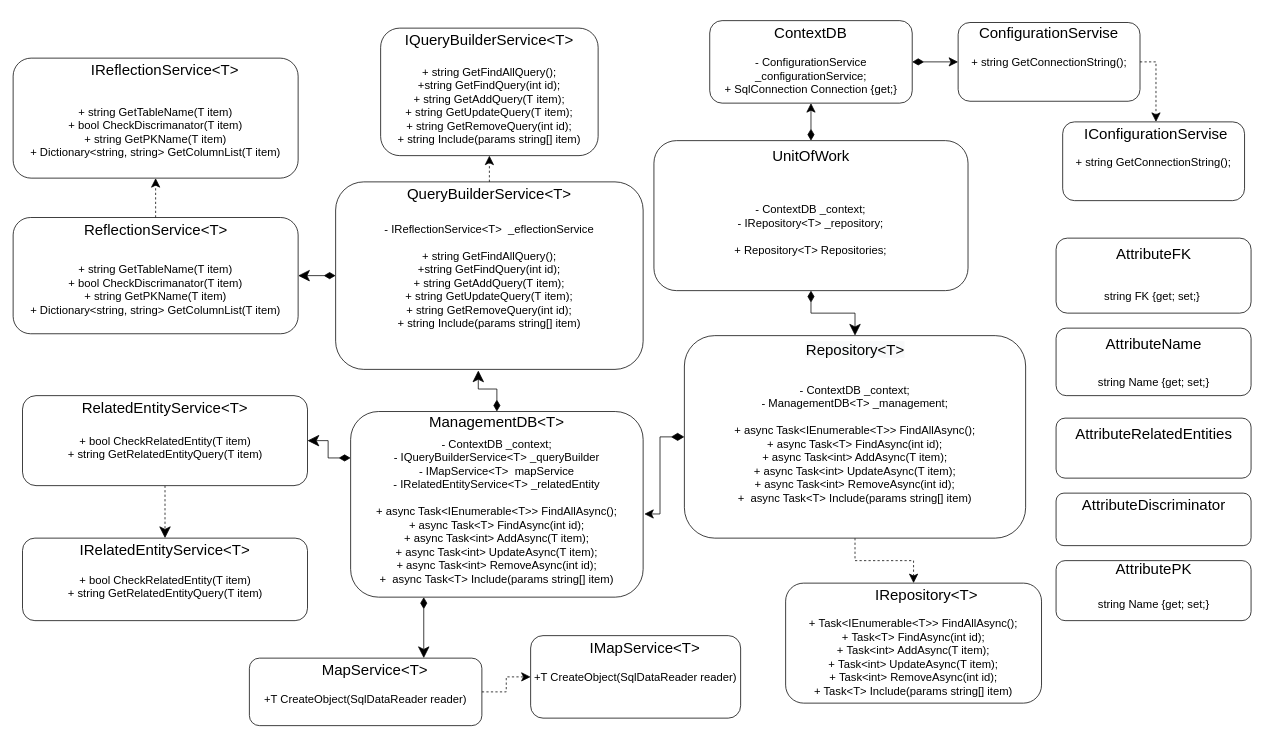
Before: page "Page-1" (1 of 3) of Untitled Diagram.drawio in kra5alllez/website, a draw.io diagram. Source tidied: cells renumbered, new cells numbered last; positions are measured from the earlier drawing's top-left corner, leaving out a move shared by most shapes. Both pictures are drawn from the tidied source at 75%, with x=0, y=0 at pixel (13, 13).
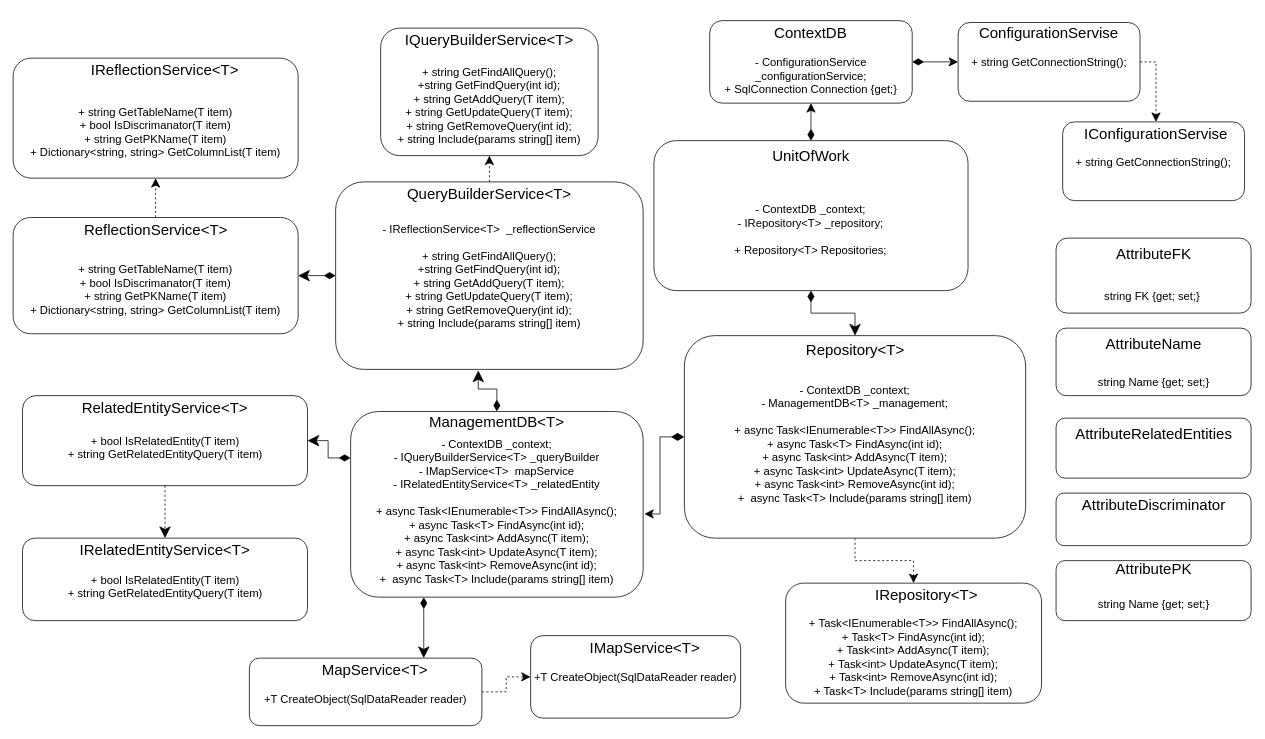
The same diagram, later.

Change to the diagram source:
```diff
@@
-    <mxCell id="10" value="&lt;font style=&quot;font-size: 15px&quot;&gt;- IReflectionService&amp;lt;T&amp;gt;&amp;nbsp; _eflectionService&lt;br&gt;&lt;br&gt;+ string GetFindAllQuery();&lt;br&gt;+string&amp;nbsp;GetFindQuery(int id);&lt;br&gt;+ string GetAddQuery(T&amp;nbsp;item);&lt;br&gt;+ string GetUpdateQuery(T&amp;nbsp;item);&lt;br&gt;+ string GetRemoveQuery(int id);&lt;br&gt;+ string Include(params string[] item)&lt;/font&gt;" style="rounded=1;whiteSpace=wrap;html=1;" parent="1" vertex="1">
+    <mxCell id="10" value="&lt;font style=&quot;font-size: 15px&quot;&gt;- IReflectionService&amp;lt;T&amp;gt;&amp;nbsp; _reflectionService&lt;br&gt;&lt;br&gt;+ string GetFindAllQuery();&lt;br&gt;+string&amp;nbsp;GetFindQuery(int id);&lt;br&gt;+ string GetAddQuery(T&amp;nbsp;item);&lt;br&gt;+ string GetUpdateQuery(T&amp;nbsp;item);&lt;br&gt;+ string GetRemoveQuery(int id);&lt;br&gt;+ string Include(params string[] item)&lt;/font&gt;" style="rounded=1;whiteSpace=wrap;html=1;" parent="1" vertex="1">
       <mxGeometry x="430" y="225" width="410" height="250" as="geometry" />
     </mxCell>
@@
-    <mxCell id="29" value="&lt;font style=&quot;font-size: 15px&quot;&gt;&lt;br&gt;&lt;br&gt;+ string GetTableName(T item)&lt;br&gt;+ bool CheckDiscrimanator(T item)&lt;br&gt;+ string GetPKName(T item)&lt;br&gt;+ Dictionary&amp;lt;string, string&amp;gt; GetColumnList(T item)&lt;br&gt;&lt;/font&gt;" style="rounded=1;whiteSpace=wrap;html=1;" parent="1" vertex="1">
+    <mxCell id="29" value="&lt;font style=&quot;font-size: 15px&quot;&gt;&lt;br&gt;&lt;br&gt;+ string GetTableName(T item)&lt;br&gt;+ bool IsDiscrimanator(T item)&lt;br&gt;+ string GetPKName(T item)&lt;br&gt;+ Dictionary&amp;lt;string, string&amp;gt; GetColumnList(T item)&lt;br&gt;&lt;/font&gt;" style="rounded=1;whiteSpace=wrap;html=1;" parent="1" vertex="1">
       <mxGeometry y="272.5" width="380" height="155" as="geometry" />
     </mxCell>
@@
-    <mxCell id="42" value="&lt;font style=&quot;font-size: 15px&quot;&gt;&lt;br&gt;&lt;br&gt;+ string GetTableName(T item)&lt;br&gt;+ bool CheckDiscrimanator(T item)&lt;br&gt;+ string GetPKName(T item)&lt;br&gt;+ Dictionary&amp;lt;string, string&amp;gt; GetColumnList(T item)&lt;br&gt;&lt;/font&gt;" style="rounded=1;whiteSpace=wrap;html=1;" parent="1" vertex="1">
+    <mxCell id="42" value="&lt;font style=&quot;font-size: 15px&quot;&gt;&lt;br&gt;&lt;br&gt;+ string GetTableName(T item)&lt;br&gt;+ bool IsDiscrimanator(T item)&lt;br&gt;+ string GetPKName(T item)&lt;br&gt;+ Dictionary&amp;lt;string, string&amp;gt; GetColumnList(T item)&lt;br&gt;&lt;/font&gt;" style="rounded=1;whiteSpace=wrap;html=1;" parent="1" vertex="1">
       <mxGeometry y="60" width="380" height="160" as="geometry" />
     </mxCell>
@@
-    <mxCell id="52" value="&lt;font style=&quot;font-size: 15px&quot;&gt;&lt;br&gt;+ bool CheckRelatedEntity(T item)&lt;br&gt;+ string GetRelatedEntityQuery(T item)&lt;br&gt;&lt;/font&gt;" style="rounded=1;whiteSpace=wrap;html=1;" parent="1" vertex="1">
+    <mxCell id="52" value="&lt;font style=&quot;font-size: 15px&quot;&gt;&lt;br&gt;+ bool IsRelatedEntity(T item)&lt;br&gt;+ string GetRelatedEntityQuery(T item)&lt;br&gt;&lt;/font&gt;" style="rounded=1;whiteSpace=wrap;html=1;" parent="1" vertex="1">
       <mxGeometry x="12.5" y="510" width="380" height="120" as="geometry" />
     </mxCell>
@@
-    <mxCell id="54" value="&lt;font style=&quot;font-size: 15px&quot;&gt;&lt;br&gt;+ bool CheckRelatedEntity(T item)&lt;br&gt;+ string GetRelatedEntityQuery(T item)&lt;br&gt;&lt;/font&gt;" style="rounded=1;whiteSpace=wrap;html=1;" parent="1" vertex="1">
+    <mxCell id="54" value="&lt;font style=&quot;font-size: 15px&quot;&gt;&lt;br&gt;+ bool IsRelatedEntity(T item)&lt;br&gt;+ string GetRelatedEntityQuery(T item)&lt;br&gt;&lt;/font&gt;" style="rounded=1;whiteSpace=wrap;html=1;" parent="1" vertex="1">
       <mxGeometry x="12.5" y="700" width="380" height="110" as="geometry" />
     </mxCell>
```
